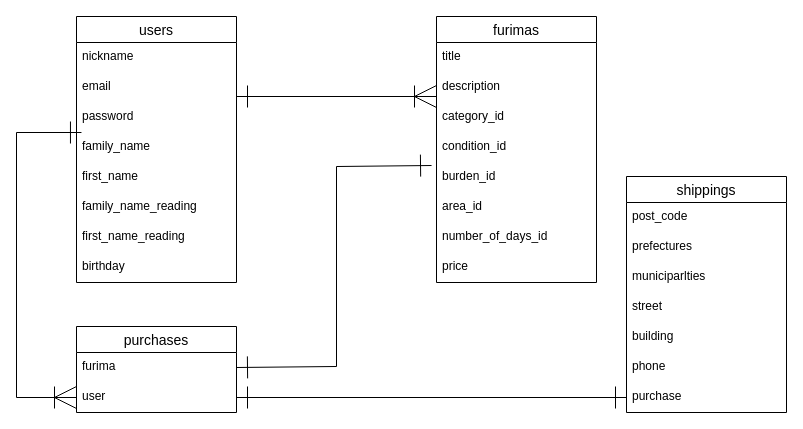
ytsurumis/furima-40210 keeps this draw.io diagram as furima.dio. Above is the earlier version. Source tidied: cells renumbered, new cells numbered last; positions are measured from the earlier drawing's top-left corner, leaving out a move shared by most shapes. Both pictures are drawn from the tidied source at 100%, with x=0, y=0 at pixel (16, 16).
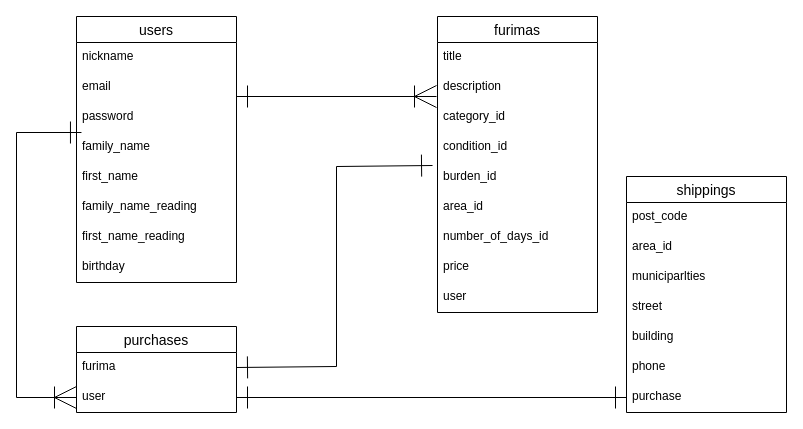
After the change.

Commit message (it also covers changes not shown here):
READMEファイルの修正

不要なカラムの削除
カラム名の修正
制約の修正

The change refers to these unchanged cells:
```xml
<mxCell id="23" value="shippings" style="swimlane;fontStyle=0;horizontal=1;startSize=26;align=center;fontSize=14;" parent="1" vertex="1">
  <mxGeometry x="610" y="160" width="160" height="236" as="geometry" />
</mxCell>
```

The edit, as a diff of the source:
```diff
@@
     <mxCell id="11" value="furimas" style="swimlane;fontStyle=0;horizontal=1;startSize=26;align=center;fontSize=14;" parent="1" vertex="1">
-      <mxGeometry x="420" width="160" height="266" as="geometry" />
+      <mxGeometry x="421" width="160" height="296" as="geometry" />
     </mxCell>
@@
+    <mxCell id="35" value="user" style="text;strokeColor=none;fillColor=none;spacingLeft=4;spacingRight=4;overflow=hidden;fontSize=12;" parent="11" vertex="1">
+      <mxGeometry y="266" width="160" height="30" as="geometry" />
+    </mxCell>
@@
-    <mxCell id="25" value="prefectures" style="text;strokeColor=none;fillColor=none;spacingLeft=4;spacingRight=4;overflow=hidden;fontSize=12;" parent="23" vertex="1">
+    <mxCell id="25" value="area_id" style="text;strokeColor=none;fillColor=none;spacingLeft=4;spacingRight=4;overflow=hidden;fontSize=12;" parent="23" vertex="1">
       <mxGeometry y="56" width="160" height="30" as="geometry" />
     </mxCell>
```
